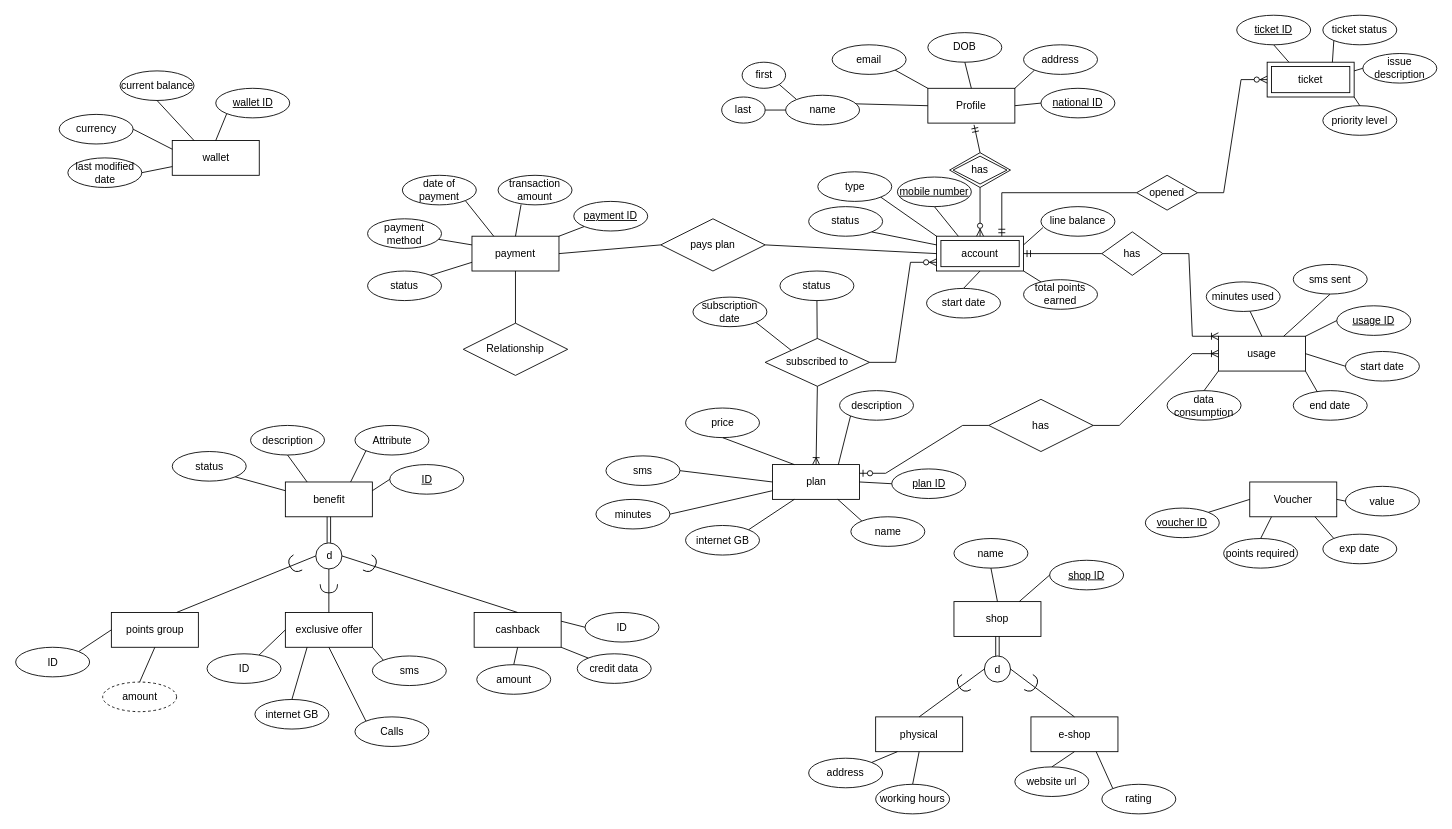
Earlier version of the draw.io diagram Milestone1_EERD.drawio (rogereliass/Telecom-Customer-Data-Management-System). Source tidied: cells renumbered, new cells numbered last; positions are measured from the earlier drawing's top-left corner, leaving out a move shared by most shapes. Both pictures are drawn from the tidied source at 87%, with x=0, y=0 at pixel (16, 15).
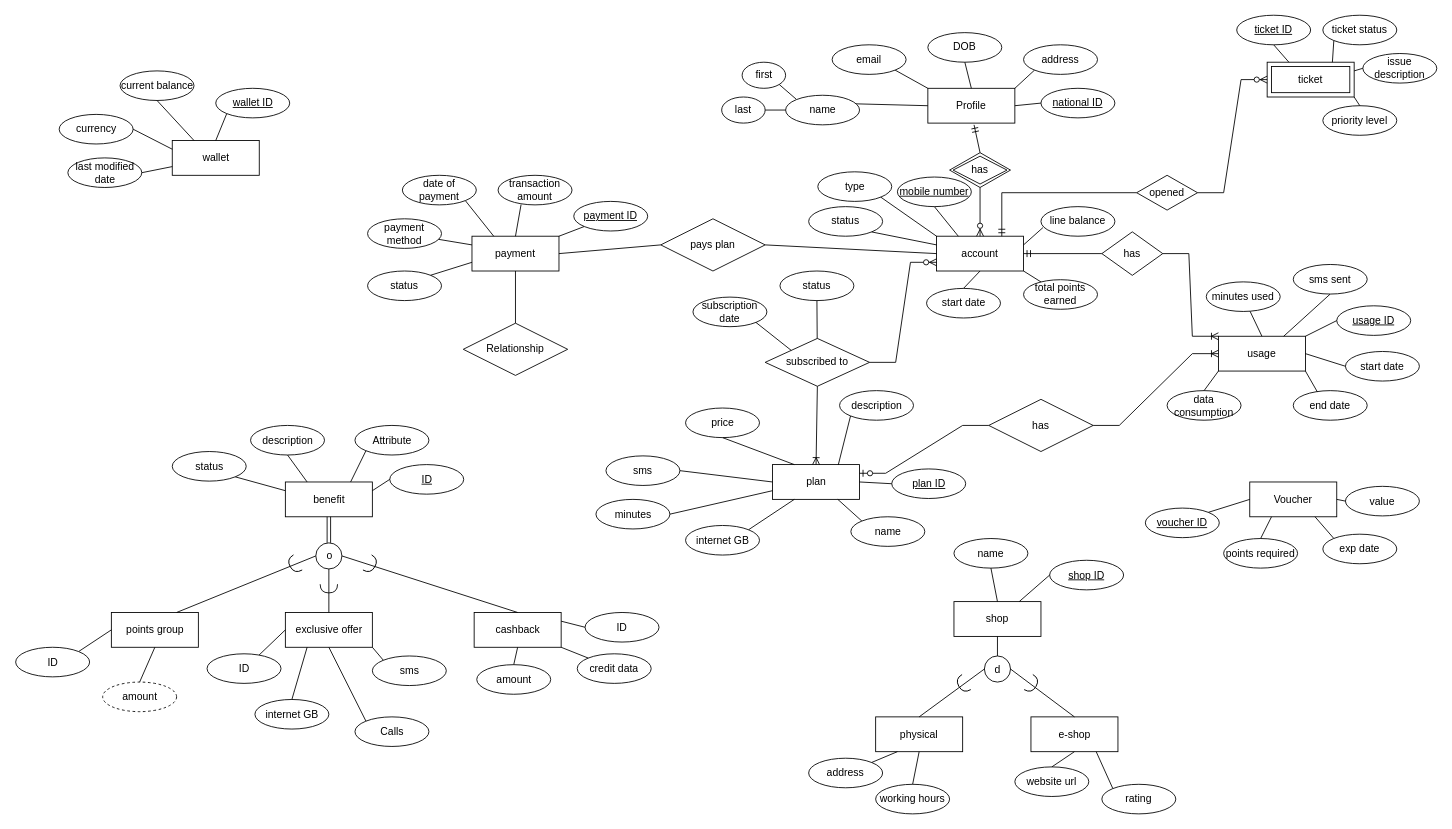
Above is the later version.

The change refers to these unchanged cells:
```xml
<mxCell id="144" value="shop" style="whiteSpace=wrap;html=1;align=center;" parent="1" vertex="1">
  <mxGeometry x="1078" y="674" width="100" height="40" as="geometry" />
</mxCell>
<mxCell id="152" value="d" style="ellipse;html=1;" parent="1" vertex="1">
  <mxGeometry x="1113" y="736.5" width="30" height="30" as="geometry" />
</mxCell>
```

Change to the diagram source:
```diff
@@
-    <mxCell id="10" value="account" style="shape=ext;margin=3;double=1;whiteSpace=wrap;html=1;align=center;labelBackgroundColor=none;" parent="1" vertex="1">
+    <mxCell id="10" value="account" style="shape=label;margin=3;double=1;whiteSpace=wrap;html=1;align=center;labelBackgroundColor=none;" parent="1" vertex="1">
       <mxGeometry x="1058" y="254" width="100" height="40" as="geometry" />
     </mxCell>
@@
-    <mxCell id="99" value="d" style="ellipse;html=1;" parent="1" vertex="1">
+    <mxCell id="99" value="o" style="ellipse;html=1;" parent="1" vertex="1">
       <mxGeometry x="344.5" y="606.5" width="30" height="30" as="geometry" />
     </mxCell>
@@
-    <mxCell id="155" style="shape=link;html=1;rounded=0;entryX=0.5;entryY=1;entryDx=0;entryDy=0;exitX=0.5;exitY=0;exitDx=0;exitDy=0;" parent="1" edge="1" source="152" target="144">
-      <mxGeometry relative="1" as="geometry" />
-    </mxCell>
@@
+    <mxCell id="155" style="endArrow=none;html=1;rounded=0;entryX=0.5;entryY=1;entryDx=0;entryDy=0;exitX=0.5;exitY=0;exitDx=0;exitDy=0;" parent="1" edge="1" source="152" target="144">
+      <mxGeometry relative="1" as="geometry" />
+    </mxCell>
```
